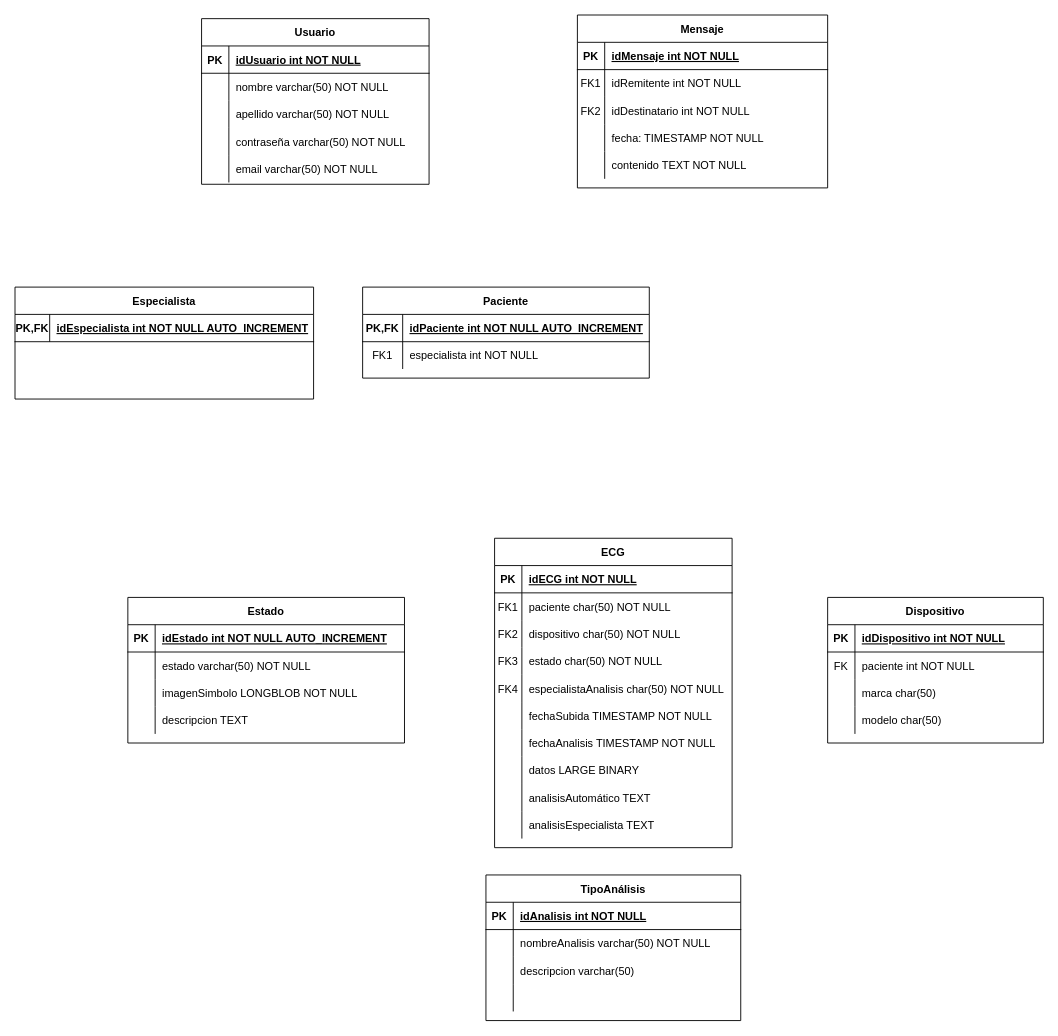
Above: Documentación/3. - Análisis y diseño/Modelo Relacional.drawio in javierpm997/TFG (draw.io), before the change. Source tidied: cells renumbered, new cells numbered last; positions are measured from the earlier drawing's top-left corner, leaving out a move shared by most shapes. Both pictures are drawn from the tidied source at 91%, with x=0, y=0 at pixel (15, 15).
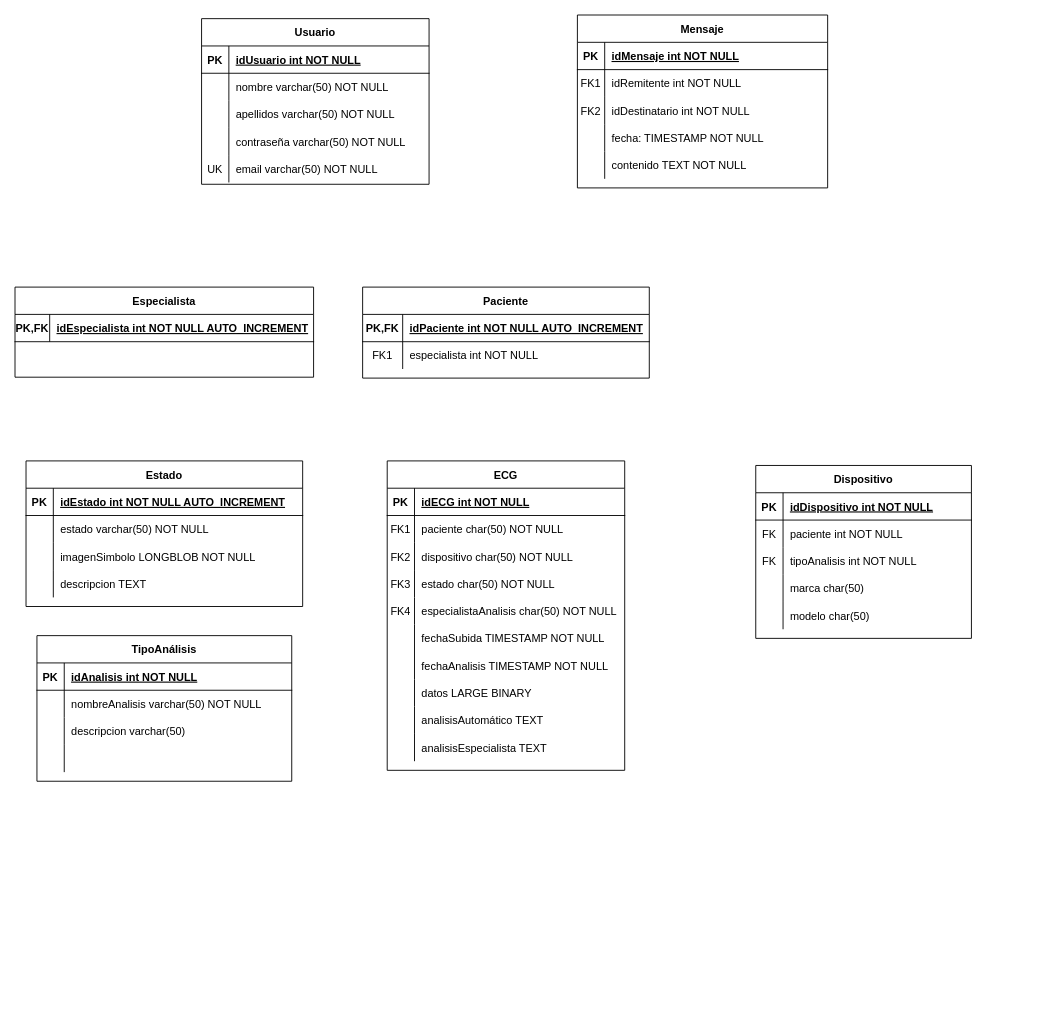
The same diagram, later.

Unchanged cells that the change refers to:
```xml
<mxCell id="102" style="shape=partialRectangle;fillColor=none;top=0;left=0;right=0;bottom=0;" parent="95" vertex="1">
  <mxGeometry y="90" width="250" height="30" as="geometry" />
</mxCell>
<mxCell id="108" style="shape=partialRectangle;fillColor=none;top=0;left=0;right=0;bottom=0;" parent="95" vertex="1">
  <mxGeometry y="150" width="250" height="30" as="geometry" />
</mxCell>
```

What changed in the source:
```diff
@@
     <mxCell id="9" value="ECG" style="shape=table;startSize=30;childLayout=tableLayout;rowLines=0;fontStyle=1;align=center;" parent="1" vertex="1">
-      <mxGeometry x="527" y="575" width="261" height="340" as="geometry" />
+      <mxGeometry x="409" y="490" width="261" height="340" as="geometry" />
     </mxCell>
@@
     <mxCell id="40" value="Dispositivo" style="shape=table;startSize=30;childLayout=tableLayout;rowLines=0;fontStyle=1;align=center;" parent="1" vertex="1">
-      <mxGeometry x="893" y="640" width="237" height="160" as="geometry" />
+      <mxGeometry x="814" y="495" width="237" height="190" as="geometry" />
     </mxCell>
@@
+    <mxCell id="115" style="shape=partialRectangle;fillColor=none;top=0;left=0;bottom=0;right=0;" parent="40" vertex="1">
+      <mxGeometry y="90" width="237" height="30" as="geometry" />
+    </mxCell>
+    <mxCell id="116" value="FK" style="shape=partialRectangle;fillColor=none;top=0;left=0;bottom=0;right=0;overflow=hidden;" parent="115" vertex="1">
+      <mxGeometry width="30" height="30" as="geometry" />
+    </mxCell>
+    <mxCell id="117" value="tipoAnalisis int NOT NULL" style="shape=partialRectangle;fillColor=none;top=0;left=0;bottom=0;right=0;align=left;spacingLeft=6;overflow=hidden;" parent="115" vertex="1">
+      <mxGeometry x="30" width="207" height="30" as="geometry" />
+    </mxCell>
     <mxCell id="47" style="shape=partialRectangle;fillColor=none;top=0;left=0;bottom=0;right=0;" parent="40" vertex="1">
-      <mxGeometry y="90" width="237" height="30" as="geometry" />
+      <mxGeometry y="120" width="237" height="30" as="geometry" />
     </mxCell>
@@
     <mxCell id="50" style="shape=partialRectangle;fillColor=none;top=0;left=0;bottom=0;right=0;" parent="40" vertex="1">
-      <mxGeometry y="120" width="237" height="30" as="geometry" />
+      <mxGeometry y="150" width="237" height="30" as="geometry" />
     </mxCell>
@@
     <mxCell id="69" value="TipoAnálisis" style="shape=table;startSize=30;childLayout=tableLayout;rowLines=0;fontStyle=1;align=center;" parent="1" vertex="1">
-      <mxGeometry x="517.5" y="945" width="280" height="160" as="geometry" />
+      <mxGeometry x="24.1" y="682" width="280" height="160" as="geometry" />
     </mxCell>
@@
     <mxCell id="82" value="Estado" style="shape=table;startSize=30;childLayout=tableLayout;rowLines=0;fontStyle=1;align=center;" parent="1" vertex="1">
-      <mxGeometry x="124" y="640" width="304" height="160" as="geometry" />
+      <mxGeometry x="12.1" y="490" width="304" height="160" as="geometry" />
     </mxCell>
@@
-    <mxCell id="104" value="apellido varchar(50) NOT NULL" style="shape=partialRectangle;overflow=hidden;fillColor=none;top=0;left=0;bottom=0;right=0;align=left;spacingLeft=6;" parent="102" vertex="1">
+    <mxCell id="104" value="apellidos varchar(50) NOT NULL" style="shape=partialRectangle;overflow=hidden;fillColor=none;top=0;left=0;bottom=0;right=0;align=left;spacingLeft=6;" parent="102" vertex="1">
       <mxGeometry x="30" width="220" height="30" as="geometry" />
     </mxCell>
@@
-    <mxCell id="109" style="shape=partialRectangle;overflow=hidden;fillColor=none;top=0;left=0;bottom=0;right=0;" parent="108" vertex="1">
+    <mxCell id="109" value="UK" style="shape=partialRectangle;overflow=hidden;fillColor=none;top=0;left=0;bottom=0;right=0;" parent="108" vertex="1">
       <mxGeometry width="30" height="30" as="geometry" />
     </mxCell>
@@
     <mxCell id="111" value="Especialista" style="shape=table;startSize=30;childLayout=tableLayout;rowLines=0;fontStyle=1;align=center;" parent="1" vertex="1">
-      <mxGeometry y="299" width="328.1" height="123" as="geometry" />
+      <mxGeometry y="299" width="328.1" height="99" as="geometry" />
     </mxCell>
```
